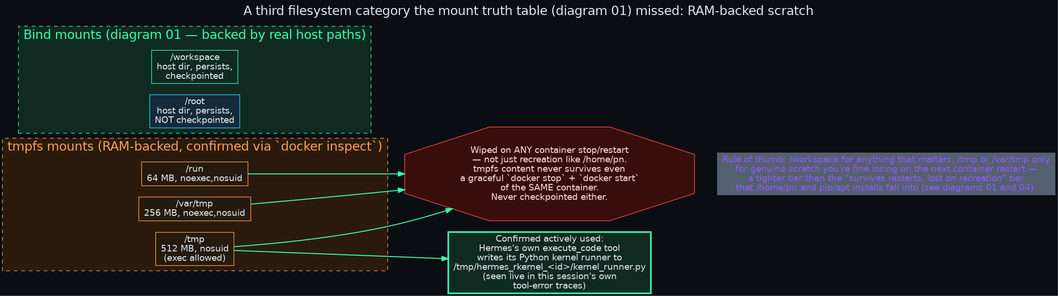
Earlier version of the Graphviz export sandbox-reference/diagrams/07_tmpfs_scratch_mounts.png (danindiana/hermes-gpu-docker-architecture). Its source is kept beside it as sandbox-reference/diagrams/07_tmpfs_scratch_mounts.dot.
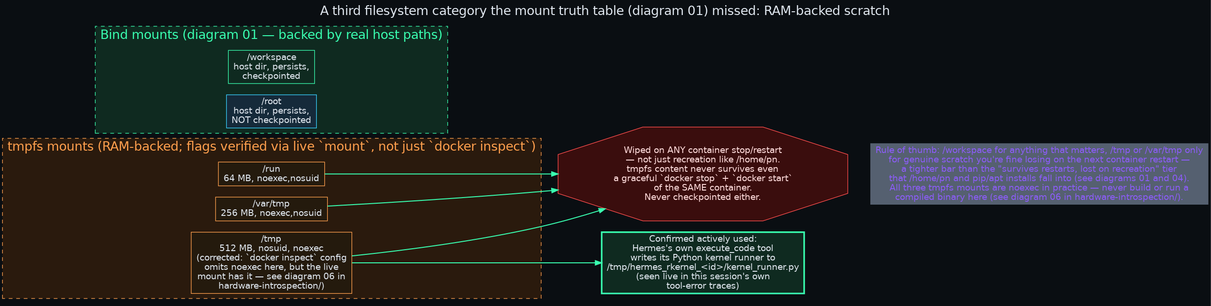
Later version of the same file.

Commit message:
Add diagram 06 + pandas/matplotlib: Go/Rust/Nim toolchains, /tmp noexec correction

The edit, as a diff of the source:
```diff
@@ -16,8 +16,8 @@
   }
 
   subgraph cluster_tmpfs {
-    label="tmpfs mounts (RAM-backed, confirmed via `docker inspect`)"; fontcolor="#ff9f4d"; color="#ff9f4d"; style=dashed; bgcolor="#2a1a0d";
-    tmp [fillcolor="#241a0d", color="#ff9f4d", label="/tmp\n512 MB, nosuid\n(exec allowed)"];
+    label="tmpfs mounts (RAM-backed; flags verified via live `mount`, not just `docker inspect`)"; fontcolor="#ff9f4d"; color="#ff9f4d"; style=dashed; bgcolor="#2a1a0d";
+    tmp [fillcolor="#241a0d", color="#ff9f4d", label="/tmp\n512 MB, nosuid, noexec\n(corrected: `docker inspect` config\nomits noexec here, but the live\nmount has it — see diagram 06 in\nhardware-introspection/)"];
     vartmp [fillcolor="#241a0d", color="#ff9f4d", label="/var/tmp\n256 MB, noexec,nosuid"];
     run [fillcolor="#241a0d", color="#ff9f4d", label="/run\n64 MB, noexec,nosuid"];
   }
@@ -33,7 +33,7 @@
   run -> gone;
 
   rule [shape=plaintext, fontcolor="#8b5cf6",
-        label="Rule of thumb: /workspace for anything that matters, /tmp or /var/tmp only\nfor genuine scratch you're fine losing on the next container restart —\na tighter bar than the \"survives restarts, lost on recreation\" tier\nthat /home/pn and pip/apt installs fall into (see diagrams 01 and 04)."];
+        label="Rule of thumb: /workspace for anything that matters, /tmp or /var/tmp only\nfor genuine scratch you're fine losing on the next container restart —\na tighter bar than the \"survives restarts, lost on recreation\" tier\nthat /home/pn and pip/apt installs fall into (see diagrams 01 and 04).\nAll three tmpfs mounts are noexec in practice — never build or run a\ncompiled binary here (see diagram 06 in hardware-introspection/)."];
   gone -> rule [style=invis];
   ws -> gone [style=invis];
 }
```
